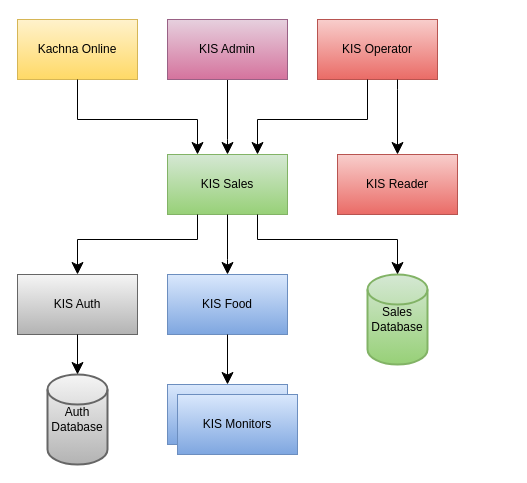
Earlier version of the draw.io diagram doc/thesis/figures/kis_relationships.drawio (MrakDun-desu/kis-v4). Source tidied: cells renumbered, new cells numbered last; positions are measured from the earlier drawing's top-left corner, leaving out a move shared by most shapes. Both pictures are drawn from the tidied source at 100%, with x=0, y=0 at pixel (17, 19).
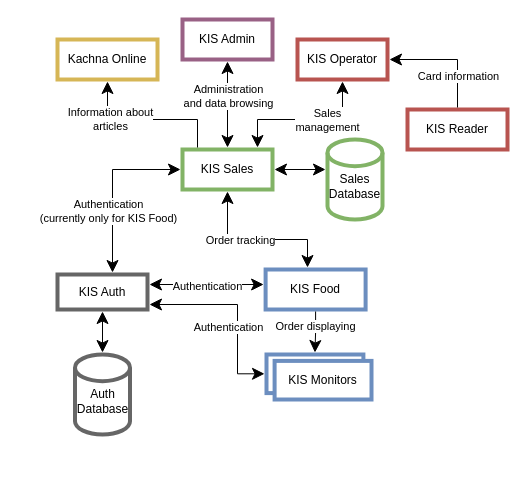
After the change.

The change refers to these unchanged cells:
```xml
<mxCell id="21" style="edgeStyle=orthogonalEdgeStyle;rounded=0;jettySize=auto;html=1;startSize=10;endSize=10;entryX=0.5;entryY=0;entryDx=0;entryDy=0;" parent="1" edge="1" source="10" target="8">
  <mxGeometry relative="1" as="geometry" />
</mxCell>
```

Diff of the diagram source:
```diff
@@
-    <mxCell id="2" value="KIS Sales" style="rounded=0;whiteSpace=wrap;html=1;fillColor=#d5e8d4;gradientColor=#97d077;strokeColor=#82b366;" parent="1" vertex="1">
-      <mxGeometry x="150" y="135" width="120" height="60" as="geometry" />
+    <mxCell id="2" value="KIS Sales" style="rounded=0;whiteSpace=wrap;html=1;fillColor=default;gradientColor=none;strokeColor=#82b366;strokeWidth=4;perimeterSpacing=2;" parent="1" vertex="1">
+      <mxGeometry x="165" y="130" width="90" height="40" as="geometry" />
     </mxCell>
-    <mxCell id="3" value="KIS Operator" style="rounded=0;whiteSpace=wrap;html=1;fillColor=#f8cecc;gradientColor=#ea6b66;strokeColor=#b85450;" parent="1" vertex="1">
-      <mxGeometry x="300" width="120" height="60" as="geometry" />
+    <mxCell id="3" value="KIS Operator" style="rounded=0;whiteSpace=wrap;html=1;fillColor=default;gradientColor=none;strokeColor=#b85450;strokeWidth=4;perimeterSpacing=2;" parent="1" vertex="1">
+      <mxGeometry x="280" y="20" width="90" height="40" as="geometry" />
     </mxCell>
-    <mxCell id="4" style="edgeStyle=orthogonalEdgeStyle;rounded=0;jettySize=auto;html=1;startSize=10;endSize=10;" parent="1" edge="1" source="5" target="2">
+    <mxCell id="4" style="edgeStyle=orthogonalEdgeStyle;rounded=0;jettySize=auto;html=1;startSize=10;endSize=10;startArrow=classic;startFill=1;" parent="1" edge="1" source="5" target="2">
       <mxGeometry relative="1" as="geometry">
         <Array as="points">
           <mxPoint x="210" y="120" />
           <mxPoint x="210" y="120" />
         </Array>
       </mxGeometry>
     </mxCell>
-    <mxCell id="5" value="KIS Admin" style="rounded=0;whiteSpace=wrap;html=1;fillColor=#e6d0de;gradientColor=#d5739d;strokeColor=#996185;" parent="1" vertex="1">
-      <mxGeometry x="150" width="120" height="60" as="geometry" />
+    <mxCell id="5" value="KIS Admin" style="rounded=0;whiteSpace=wrap;html=1;fillColor=default;gradientColor=none;strokeColor=#996185;strokeWidth=4;perimeterSpacing=2;" parent="1" vertex="1">
+      <mxGeometry x="165" width="90" height="40" as="geometry" />
     </mxCell>
-    <mxCell id="6" value="KIS Auth" style="rounded=0;whiteSpace=wrap;html=1;fillColor=#f5f5f5;gradientColor=#b3b3b3;strokeColor=#666666;" parent="1" vertex="1">
-      <mxGeometry y="255" width="120" height="60" as="geometry" />
+    <mxCell id="6" value="KIS Auth" style="rounded=0;whiteSpace=wrap;html=1;fillColor=default;gradientColor=none;strokeColor=#666666;strokeWidth=4;perimeterSpacing=2;" parent="1" vertex="1">
+      <mxGeometry x="40" y="255" width="90" height="35" as="geometry" />
     </mxCell>
-    <mxCell id="7" style="group;" parent="1" vertex="1">
-      <mxGeometry x="150" y="365" width="130" height="70" as="geometry" />
+    <mxCell id="7" style="group;fillColor=default;perimeterSpacing=0;gradientColor=none;" parent="1" vertex="1">
+      <mxGeometry x="249" y="335" width="105" height="45" as="geometry" />
     </mxCell>
-    <mxCell id="8" style="rounded=0;whiteSpace=wrap;html=1;fillColor=#dae8fc;gradientColor=#7ea6e0;strokeColor=#6c8ebf;" parent="7" vertex="1">
-      <mxGeometry width="120" height="60" as="geometry" />
+    <mxCell id="8" style="rounded=0;whiteSpace=wrap;html=1;fillColor=default;gradientColor=none;strokeColor=#6c8ebf;strokeWidth=4;perimeterSpacing=2;" parent="7" vertex="1">
+      <mxGeometry width="96.9" height="38.6" as="geometry" />
     </mxCell>
-    <mxCell id="9" value="KIS Monitors" style="rounded=0;whiteSpace=wrap;html=1;fillColor=#dae8fc;gradientColor=#7ea6e0;strokeColor=#6c8ebf;" parent="7" vertex="1">
-      <mxGeometry x="10" y="10" width="120" height="60" as="geometry" />
+    <mxCell id="9" value="KIS Monitors" style="rounded=0;whiteSpace=wrap;html=1;fillColor=default;gradientColor=none;strokeColor=#6c8ebf;strokeWidth=4;" parent="7" vertex="1">
+      <mxGeometry x="8.1" y="6.4" width="96.9" height="38.6" as="geometry" />
     </mxCell>
-    <mxCell id="10" value="KIS Food" style="rounded=0;whiteSpace=wrap;html=1;fillColor=#dae8fc;gradientColor=#7ea6e0;strokeColor=#6c8ebf;" parent="1" vertex="1">
-      <mxGeometry x="150" y="255" width="120" height="60" as="geometry" />
+    <mxCell id="10" value="KIS Food" style="rounded=0;whiteSpace=wrap;html=1;fillColor=default;gradientColor=none;strokeColor=#6c8ebf;strokeWidth=4;perimeterSpacing=2;" parent="1" vertex="1">
+      <mxGeometry x="248.1" y="250" width="100" height="40" as="geometry" />
     </mxCell>
-    <mxCell id="11" value="KIS Reader" style="rounded=0;whiteSpace=wrap;html=1;fillColor=#f8cecc;gradientColor=#ea6b66;strokeColor=#b85450;" parent="1" vertex="1">
-      <mxGeometry x="320" y="135" width="120" height="60" as="geometry" />
+    <mxCell id="11" value="KIS Reader" style="rounded=0;whiteSpace=wrap;html=1;fillColor=default;gradientColor=none;strokeColor=#b85450;strokeWidth=4;perimeterSpacing=2;" parent="1" vertex="1">
+      <mxGeometry x="390" y="90" width="100" height="40" as="geometry" />
     </mxCell>
-    <mxCell id="12" value="Sales&lt;div&gt;Database&lt;/div&gt;" style="strokeWidth=2;html=1;shape=mxgraph.flowchart.database;whiteSpace=wrap;fillColor=#d5e8d4;gradientColor=#97d077;strokeColor=#82b366;" parent="1" vertex="1">
-      <mxGeometry x="350" y="255" width="60" height="90" as="geometry" />
+    <mxCell id="12" value="&lt;div&gt;&lt;font&gt;&lt;br&gt;&lt;/font&gt;&lt;/div&gt;&lt;font&gt;Sales&lt;/font&gt;&lt;div&gt;&lt;font&gt;Database&lt;/font&gt;&lt;/div&gt;" style="strokeWidth=4;html=1;shape=mxgraph.flowchart.database;whiteSpace=wrap;fillColor=default;gradientColor=none;strokeColor=#82b366;perimeterSpacing=2;" parent="1" vertex="1">
+      <mxGeometry x="310" y="120" width="55" height="80" as="geometry" />
     </mxCell>
-    <mxCell id="13" value="Auth&lt;div&gt;Database&lt;/div&gt;" style="strokeWidth=2;html=1;shape=mxgraph.flowchart.database;whiteSpace=wrap;fillColor=#f5f5f5;gradientColor=#b3b3b3;strokeColor=#666666;" parent="1" vertex="1">
-      <mxGeometry x="30" y="355" width="60" height="90" as="geometry" />
+    <mxCell id="13" value="&lt;div&gt;&lt;br&gt;&lt;/div&gt;Auth&lt;div&gt;Database&lt;/div&gt;" style="strokeWidth=4;html=1;shape=mxgraph.flowchart.database;whiteSpace=wrap;fillColor=default;gradientColor=none;strokeColor=#666666;perimeterSpacing=2;" parent="1" vertex="1">
+      <mxGeometry x="57.5" y="335" width="55" height="80" as="geometry" />
     </mxCell>
-    <mxCell id="14" value="Kachna Online" style="rounded=0;whiteSpace=wrap;html=1;fillColor=#fff2cc;gradientColor=#ffd966;strokeColor=#d6b656;" parent="1" vertex="1">
-      <mxGeometry width="120" height="60" as="geometry" />
+    <mxCell id="14" value="Kachna Online" style="rounded=0;whiteSpace=wrap;html=1;fillColor=default;gradientColor=none;strokeColor=#d6b656;strokeWidth=4;perimeterSpacing=2;" parent="1" vertex="1">
+      <mxGeometry x="40" y="20" width="100" height="40" as="geometry" />
     </mxCell>
-    <mxCell id="15" style="edgeStyle=orthogonalEdgeStyle;rounded=0;jettySize=auto;html=1;startSize=10;endSize=10;" parent="1" edge="1" source="14" target="2">
+    <mxCell id="15" style="edgeStyle=orthogonalEdgeStyle;rounded=0;jettySize=auto;html=1;startSize=10;endSize=10;endArrow=none;endFill=0;startArrow=classic;startFill=1;" parent="1" edge="1" source="14" target="2">
       <mxGeometry relative="1" as="geometry">
         <Array as="points">
-          <mxPoint x="60" y="100" />
+          <mxPoint x="90" y="100" />
           <mxPoint x="180" y="100" />
         </Array>
       </mxGeometry>
     </mxCell>
+    <mxCell id="23" value="Information about&lt;div&gt;articles&lt;/div&gt;" style="edgeLabel;html=1;align=center;verticalAlign=middle;" parent="15" vertex="1">
+      <mxGeometry x="-0.52" y="2" relative="1" as="geometry" />
+    </mxCell>
-    <mxCell id="16" style="edgeStyle=orthogonalEdgeStyle;rounded=0;jettySize=auto;html=1;startSize=10;endSize=10;" parent="1" edge="1" source="3" target="2">
+    <mxCell id="16" style="edgeStyle=orthogonalEdgeStyle;rounded=0;jettySize=auto;html=1;startSize=10;endSize=10;startArrow=classic;startFill=1;" parent="1" edge="1" source="3" target="2">
       <mxGeometry relative="1" as="geometry">
         <Array as="points">
-          <mxPoint x="350" y="100" />
+          <mxPoint x="325" y="100" />
           <mxPoint x="240" y="100" />
         </Array>
       </mxGeometry>
     </mxCell>
+    <mxCell id="24" value="Sales&lt;div&gt;management&lt;/div&gt;" style="edgeLabel;html=1;align=center;verticalAlign=middle;" parent="16" vertex="1">
+      <mxGeometry x="-0.12" relative="1" as="geometry">
+        <mxPoint x="12" as="offset" />
+      </mxGeometry>
+    </mxCell>
-    <mxCell id="17" style="edgeStyle=orthogonalEdgeStyle;rounded=0;jettySize=auto;html=1;startSize=10;endSize=10;" parent="1" edge="1" source="3" target="11">
+    <mxCell id="17" style="edgeStyle=orthogonalEdgeStyle;rounded=0;jettySize=auto;html=1;startSize=10;endSize=10;endArrow=none;endFill=0;startArrow=classic;startFill=1;" parent="1" edge="1" source="3" target="11">
       <mxGeometry relative="1" as="geometry">
         <Array as="points">
-          <mxPoint x="380" y="70" />
-          <mxPoint x="380" y="70" />
+          <mxPoint x="440" y="40" />
         </Array>
       </mxGeometry>
     </mxCell>
+    <mxCell id="25" value="Card information" style="edgeLabel;html=1;align=center;verticalAlign=middle;" parent="17" vertex="1">
+      <mxGeometry x="0.35" relative="1" as="geometry">
+        <mxPoint y="6" as="offset" />
+      </mxGeometry>
+    </mxCell>
-    <mxCell id="18" style="edgeStyle=orthogonalEdgeStyle;rounded=0;jettySize=auto;html=1;startSize=10;endSize=10;" parent="1" edge="1" source="2" target="6">
+    <mxCell id="18" style="edgeStyle=orthogonalEdgeStyle;rounded=0;jettySize=auto;html=1;startSize=10;endSize=10;startArrow=classic;startFill=1;" parent="1" edge="1" source="2" target="6">
       <mxGeometry relative="1" as="geometry">
         <Array as="points">
-          <mxPoint x="180" y="220" />
-          <mxPoint x="60" y="220" />
+          <mxPoint x="95" y="150" />
         </Array>
       </mxGeometry>
     </mxCell>
+    <mxCell id="26" value="Authentication&lt;div&gt;(currently only for KIS Food)&lt;/div&gt;" style="edgeLabel;html=1;align=center;verticalAlign=middle;" parent="18" vertex="1">
+      <mxGeometry y="-1" relative="1" as="geometry">
+        <mxPoint x="-4" y="23" as="offset" />
+      </mxGeometry>
+    </mxCell>
-    <mxCell id="19" style="edgeStyle=orthogonalEdgeStyle;rounded=0;jettySize=auto;html=1;startSize=10;endSize=10;" parent="1" edge="1" source="2" target="10">
+    <mxCell id="19" style="edgeStyle=orthogonalEdgeStyle;rounded=0;jettySize=auto;html=1;startSize=10;endSize=10;startArrow=classic;startFill=1;" parent="1" edge="1" source="2" target="10">
       <mxGeometry relative="1" as="geometry">
         <Array as="points">
-          <mxPoint x="210" y="240" />
-          <mxPoint x="210" y="240" />
+          <mxPoint x="210" y="220" />
+          <mxPoint x="290" y="220" />
         </Array>
       </mxGeometry>
     </mxCell>
+    <mxCell id="27" value="Order tracking" style="edgeLabel;html=1;align=center;verticalAlign=middle;" parent="19" vertex="1">
+      <mxGeometry x="-0.23" relative="1" as="geometry" />
+    </mxCell>
-    <mxCell id="20" style="edgeStyle=orthogonalEdgeStyle;rounded=0;jettySize=auto;html=1;startSize=10;endSize=10;" parent="1" edge="1" source="2" target="12">
+    <mxCell id="20" style="edgeStyle=orthogonalEdgeStyle;rounded=0;jettySize=auto;html=1;startSize=10;endSize=10;endArrow=classic;endFill=1;startArrow=classic;startFill=1;" parent="1" edge="1" source="2" target="12">
       <mxGeometry relative="1" as="geometry">
         <Array as="points">
-          <mxPoint x="240" y="220" />
-          <mxPoint x="380" y="220" />
+          <mxPoint x="300" y="150" />
+          <mxPoint x="300" y="150" />
         </Array>
       </mxGeometry>
     </mxCell>
@@
+    <mxCell id="28" value="Order displaying" style="edgeLabel;html=1;align=center;verticalAlign=middle;" parent="21" vertex="1">
+      <mxGeometry x="-0.32" y="-1" relative="1" as="geometry" />
+    </mxCell>
-    <mxCell id="22" style="edgeStyle=orthogonalEdgeStyle;rounded=0;jettySize=auto;html=1;startSize=10;endSize=10;" parent="1" edge="1" source="6" target="13">
+    <mxCell id="22" style="edgeStyle=orthogonalEdgeStyle;rounded=0;jettySize=auto;html=1;startSize=10;endSize=10;startArrow=classic;startFill=1;" parent="1" edge="1" source="6" target="13">
       <mxGeometry relative="1" as="geometry" />
     </mxCell>
+    <mxCell id="29" value="Administration&lt;div&gt;and data browsing&lt;/div&gt;" style="edgeLabel;html=1;align=center;verticalAlign=middle;" parent="1" vertex="1">
+      <mxGeometry x="210" y="76" as="geometry" />
+    </mxCell>
+    <mxCell id="30" style="edgeStyle=orthogonalEdgeStyle;rounded=0;jettySize=auto;html=1;startSize=10;endSize=10;startArrow=classic;startFill=1;" parent="1" edge="1" source="10" target="6">
+      <mxGeometry relative="1" as="geometry">
+        <Array as="points">
+          <mxPoint x="220" y="265" />
+          <mxPoint x="220" y="265" />
+        </Array>
+      </mxGeometry>
+    </mxCell>
+    <mxCell id="31" value="Authentication" style="edgeLabel;html=1;align=center;verticalAlign=middle;" parent="30" vertex="1">
+      <mxGeometry y="1" relative="1" as="geometry" />
+    </mxCell>
+    <mxCell id="32" style="edgeStyle=orthogonalEdgeStyle;rounded=0;jettySize=auto;html=1;startSize=10;endSize=10;exitX=0;exitY=0.5;exitDx=0;exitDy=0;startArrow=classic;startFill=1;" parent="1" edge="1" source="8" target="6">
+      <mxGeometry relative="1" as="geometry">
+        <Array as="points">
+          <mxPoint x="220" y="354" />
+          <mxPoint x="220" y="285" />
+        </Array>
+      </mxGeometry>
+    </mxCell>
+    <mxCell id="33" value="Authentication" style="edgeLabel;html=1;align=center;verticalAlign=middle;" parent="32" vertex="1">
+      <mxGeometry x="-0.2" y="10" relative="1" as="geometry" />
+    </mxCell>
```
